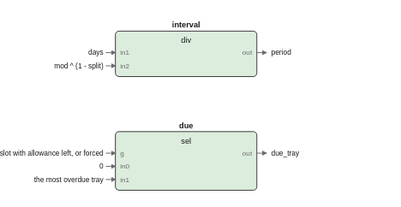
This is images/logic/irr_schedule_fbd.drawio.svg from pstch/botanik2, a draw.io export, as it was before one commit. Source tidied: cells renumbered, new cells last; positions are measured from the earlier drawing's top-left corner, leaving out a move shared by most shapes.
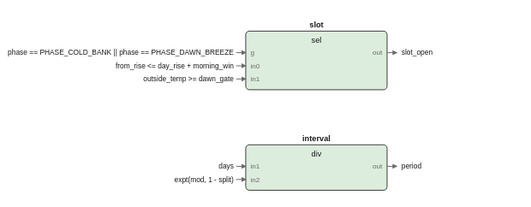
The same diagram one commit later.

Diff of the diagram source:
```diff
@@ -3,46 +3,46 @@
     <mxCell id="0" />
     <mxCell id="1" parent="0" />
     <mxCell id="2" style="rounded=1;fillColor=#dcecdd;strokeColor=#1a1a1a;whiteSpace=wrap;html=1;fontSize=8;" parent="1" vertex="1">
-      <mxGeometry x="10" y="10" width="118" height="38" as="geometry" />
+      <mxGeometry x="10" y="10" width="118" height="49" as="geometry" />
     </mxCell>
-    <mxCell id="3" value="interval" style="text;html=1;fontSize=6;fontColor=#1a1a1a;align=center;fontStyle=1;" parent="1" vertex="1">
+    <mxCell id="3" value="slot" style="text;html=1;fontSize=6;fontColor=#1a1a1a;align=center;fontStyle=1;" parent="1" vertex="1">
       <mxGeometry x="69" y="0.4" width="40" height="10.6" as="geometry" />
     </mxCell>
-    <mxCell id="4" value="div" style="text;html=1;fontSize=6;fontColor=#1a1a1a;align=center;" parent="1" vertex="1">
+    <mxCell id="4" value="sel" style="text;html=1;fontSize=6;fontColor=#1a1a1a;align=center;" parent="1" vertex="1">
       <mxGeometry x="69" y="13.4" width="40" height="10.6" as="geometry" />
     </mxCell>
-    <mxCell id="5" value="in1" style="text;html=1;fontSize=5;fontColor=#6b6b6b;align=left;" parent="1" vertex="1">
+    <mxCell id="5" value="g" style="text;html=1;fontSize=5;fontColor=#6b6b6b;align=left;" parent="1" vertex="1">
       <mxGeometry x="14" y="24.2" width="40" height="9.8" as="geometry" />
     </mxCell>
-    <mxCell id="6" value="in2" style="text;html=1;fontSize=5;fontColor=#6b6b6b;align=left;" parent="1" vertex="1">
+    <mxCell id="6" value="in0" style="text;html=1;fontSize=5;fontColor=#6b6b6b;align=left;" parent="1" vertex="1">
       <mxGeometry x="14" y="35.2" width="40" height="9.8" as="geometry" />
     </mxCell>
-    <mxCell id="7" value="out" style="text;html=1;fontSize=5;fontColor=#6b6b6b;align=left;" parent="1" vertex="1">
-      <mxGeometry x="124" y="24.2" width="40" height="9.8" as="geometry" />
+    <mxCell id="7" value="in1" style="text;html=1;fontSize=5;fontColor=#6b6b6b;align=left;" parent="1" vertex="1">
+      <mxGeometry x="14" y="46.2" width="40" height="9.8" as="geometry" />
     </mxCell>
-    <mxCell id="8" style="rounded=1;fillColor=#dcecdd;strokeColor=#1a1a1a;whiteSpace=wrap;html=1;fontSize=8;" parent="1" vertex="1">
-      <mxGeometry x="10" y="94" width="118" height="49" as="geometry" />
+    <mxCell id="8" value="out" style="text;html=1;fontSize=5;fontColor=#6b6b6b;align=left;" parent="1" vertex="1">
+      <mxGeometry x="124" y="24.2" width="40" height="9.8" as="geometry" />
     </mxCell>
-    <mxCell id="9" value="due" style="text;html=1;fontSize=6;fontColor=#1a1a1a;align=center;fontStyle=1;" parent="1" vertex="1">
-      <mxGeometry x="69" y="84.4" width="40" height="10.6" as="geometry" />
+    <mxCell id="9" style="rounded=1;fillColor=#dcecdd;strokeColor=#1a1a1a;whiteSpace=wrap;html=1;fontSize=8;" parent="1" vertex="1">
+      <mxGeometry x="10" y="105" width="118" height="38" as="geometry" />
     </mxCell>
-    <mxCell id="10" value="sel" style="text;html=1;fontSize=6;fontColor=#1a1a1a;align=center;" parent="1" vertex="1">
-      <mxGeometry x="69" y="97.4" width="40" height="10.6" as="geometry" />
+    <mxCell id="10" value="interval" style="text;html=1;fontSize=6;fontColor=#1a1a1a;align=center;fontStyle=1;" parent="1" vertex="1">
+      <mxGeometry x="69" y="95.4" width="40" height="10.6" as="geometry" />
     </mxCell>
-    <mxCell id="11" value="g" style="text;html=1;fontSize=5;fontColor=#6b6b6b;align=left;" parent="1" vertex="1">
-      <mxGeometry x="14" y="108.2" width="40" height="9.8" as="geometry" />
+    <mxCell id="11" value="div" style="text;html=1;fontSize=6;fontColor=#1a1a1a;align=center;" parent="1" vertex="1">
+      <mxGeometry x="69" y="108.4" width="40" height="10.6" as="geometry" />
     </mxCell>
-    <mxCell id="12" value="in0" style="text;html=1;fontSize=5;fontColor=#6b6b6b;align=left;" parent="1" vertex="1">
+    <mxCell id="12" value="in1" style="text;html=1;fontSize=5;fontColor=#6b6b6b;align=left;" parent="1" vertex="1">
       <mxGeometry x="14" y="119.2" width="40" height="9.8" as="geometry" />
     </mxCell>
-    <mxCell id="13" value="in1" style="text;html=1;fontSize=5;fontColor=#6b6b6b;align=left;" parent="1" vertex="1">
+    <mxCell id="13" value="in2" style="text;html=1;fontSize=5;fontColor=#6b6b6b;align=left;" parent="1" vertex="1">
       <mxGeometry x="14" y="130.2" width="40" height="9.8" as="geometry" />
     </mxCell>
     <mxCell id="14" value="out" style="text;html=1;fontSize=5;fontColor=#6b6b6b;align=left;" parent="1" vertex="1">
-      <mxGeometry x="124" y="108.2" width="40" height="9.8" as="geometry" />
+      <mxGeometry x="124" y="119.2" width="40" height="9.8" as="geometry" />
     </mxCell>
-    <mxCell id="15" value="days" style="text;html=1;fontSize=6;fontColor=#1a1a1a;align=left;" parent="1" vertex="1">
-      <mxGeometry y="24" width="40" height="10" as="geometry" />
+    <mxCell id="15" value="phase == PHASE_COLD_BANK || phase == PHASE_DAWN_BREEZE" style="text;html=1;fontSize=6;fontColor=#1a1a1a;align=left;" parent="1" vertex="1">
+      <mxGeometry y="24" width="270" height="10" as="geometry" />
     </mxCell>
     <mxCell id="16" style="edgeStyle=none;html=1;strokeColor=#6b6b6b;endArrow=block;" parent="1" edge="1">
       <mxGeometry relative="1" as="geometry">
@@ -50,8 +50,8 @@
         <mxPoint x="10" y="28" as="targetPoint" />
       </mxGeometry>
     </mxCell>
-    <mxCell id="17" value="mod ^ (1 - split)" style="text;html=1;fontSize=6;fontColor=#1a1a1a;align=left;" parent="1" vertex="1">
-      <mxGeometry y="35" width="85" height="10" as="geometry" />
+    <mxCell id="17" value="from_rise &lt;= day_rise + morning_win" style="text;html=1;fontSize=6;fontColor=#1a1a1a;align=left;" parent="1" vertex="1">
+      <mxGeometry y="35" width="175" height="10" as="geometry" />
     </mxCell>
     <mxCell id="18" style="edgeStyle=none;html=1;strokeColor=#6b6b6b;endArrow=block;" parent="1" edge="1">
       <mxGeometry relative="1" as="geometry">
@@ -59,16 +59,16 @@
         <mxPoint x="10" y="39" as="targetPoint" />
       </mxGeometry>
     </mxCell>
-    <mxCell id="19" value="in a slot with allowance left, or forced" style="text;html=1;fontSize=6;fontColor=#1a1a1a;align=left;" parent="1" vertex="1">
-      <mxGeometry y="108" width="200" height="10" as="geometry" />
+    <mxCell id="19" value="outside_temp &gt;= dawn_gate" style="text;html=1;fontSize=6;fontColor=#1a1a1a;align=left;" parent="1" vertex="1">
+      <mxGeometry y="46" width="125" height="10" as="geometry" />
     </mxCell>
     <mxCell id="20" style="edgeStyle=none;html=1;strokeColor=#6b6b6b;endArrow=block;" parent="1" edge="1">
       <mxGeometry relative="1" as="geometry">
-        <mxPoint x="2" y="112" as="sourcePoint" />
-        <mxPoint x="10" y="112" as="targetPoint" />
+        <mxPoint x="2" y="50" as="sourcePoint" />
+        <mxPoint x="10" y="50" as="targetPoint" />
       </mxGeometry>
     </mxCell>
-    <mxCell id="21" value="0" style="text;html=1;fontSize=6;fontColor=#1a1a1a;align=left;" parent="1" vertex="1">
+    <mxCell id="21" value="days" style="text;html=1;fontSize=6;fontColor=#1a1a1a;align=left;" parent="1" vertex="1">
       <mxGeometry y="119" width="40" height="10" as="geometry" />
     </mxCell>
     <mxCell id="22" style="edgeStyle=none;html=1;strokeColor=#6b6b6b;endArrow=block;" parent="1" edge="1">
@@ -77,8 +77,8 @@
         <mxPoint x="10" y="123" as="targetPoint" />
       </mxGeometry>
     </mxCell>
-    <mxCell id="23" value="the most overdue tray" style="text;html=1;fontSize=6;fontColor=#1a1a1a;align=left;" parent="1" vertex="1">
-      <mxGeometry y="130" width="105" height="10" as="geometry" />
+    <mxCell id="23" value="expt(mod, 1 - split)" style="text;html=1;fontSize=6;fontColor=#1a1a1a;align=left;" parent="1" vertex="1">
+      <mxGeometry y="130" width="100" height="10" as="geometry" />
     </mxCell>
     <mxCell id="24" style="edgeStyle=none;html=1;strokeColor=#6b6b6b;endArrow=block;" parent="1" edge="1">
       <mxGeometry relative="1" as="geometry">
@@ -92,17 +92,17 @@
         <mxPoint x="136" y="28" as="targetPoint" />
       </mxGeometry>
     </mxCell>
-    <mxCell id="26" value="period" style="text;html=1;fontSize=6;fontColor=#1a1a1a;align=left;" parent="1" vertex="1">
-      <mxGeometry x="140" y="24" width="40" height="10" as="geometry" />
+    <mxCell id="26" value="slot_open" style="text;html=1;fontSize=6;fontColor=#1a1a1a;align=left;" parent="1" vertex="1">
+      <mxGeometry x="140" y="24" width="45" height="10" as="geometry" />
     </mxCell>
     <mxCell id="27" style="edgeStyle=none;html=1;strokeColor=#6b6b6b;endArrow=block;" parent="1" edge="1">
       <mxGeometry relative="1" as="geometry">
-        <mxPoint x="128" y="112" as="sourcePoint" />
-        <mxPoint x="136" y="112" as="targetPoint" />
+        <mxPoint x="128" y="123" as="sourcePoint" />
+        <mxPoint x="136" y="123" as="targetPoint" />
       </mxGeometry>
     </mxCell>
-    <mxCell id="28" value="due_tray" style="text;html=1;fontSize=6;fontColor=#1a1a1a;align=left;" parent="1" vertex="1">
-      <mxGeometry x="140" y="108" width="40" height="10" as="geometry" />
+    <mxCell id="28" value="period" style="text;html=1;fontSize=6;fontColor=#1a1a1a;align=left;" parent="1" vertex="1">
+      <mxGeometry x="140" y="119" width="40" height="10" as="geometry" />
     </mxCell>
   </root>
 </mxGraphModel>
```
